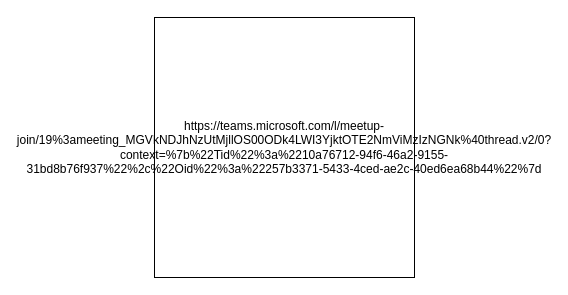
The draw.io diagram Diagrama sin título.drawio in rgil93/Prueba, before the edit. Source tidied: cells renumbered, new cells numbered last; positions are measured from the earlier drawing's top-left corner, leaving out a move shared by most shapes. Both pictures are drawn from the tidied source at 100%, with x=0, y=0 at pixel (154, 17).
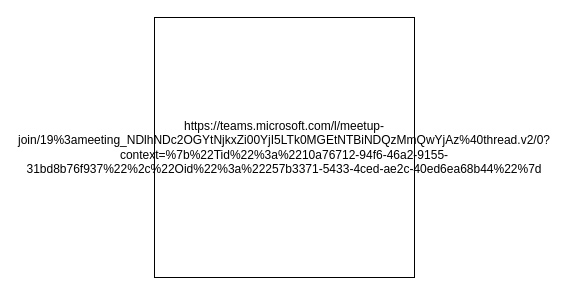
After the change.

Change to the diagram source:
```diff
@@
 <mxGraphModel>
   <root>
     <mxCell id="0" />
     <mxCell id="1" parent="0" />
-    <mxCell id="2" value="https://teams.microsoft.com/l/meetup-join/19%3ameeting_MGVkNDJhNzUtMjllOS00ODk4LWI3YjktOTE2NmViMzIzNGNk%40thread.v2/0?context=%7b%22Tid%22%3a%2210a76712-94f6-46a2-9155-31bd8b76f937%22%2c%22Oid%22%3a%22257b3371-5433-4ced-ae2c-40ed6ea68b44%22%7d" style="whiteSpace=wrap;html=1;" parent="1" vertex="1">
+    <mxCell id="2" value="https://teams.microsoft.com/l/meetup-join/19%3ameeting_NDlhNDc2OGYtNjkxZi00YjI5LTk0MGEtNTBiNDQzMmQwYjAz%40thread.v2/0?context=%7b%22Tid%22%3a%2210a76712-94f6-46a2-9155-31bd8b76f937%22%2c%22Oid%22%3a%22257b3371-5433-4ced-ae2c-40ed6ea68b44%22%7d" style="whiteSpace=wrap;html=1;" parent="1" vertex="1">
       <mxGeometry width="260" height="260" as="geometry" />
     </mxCell>
   </root>
 </mxGraphModel>
```
